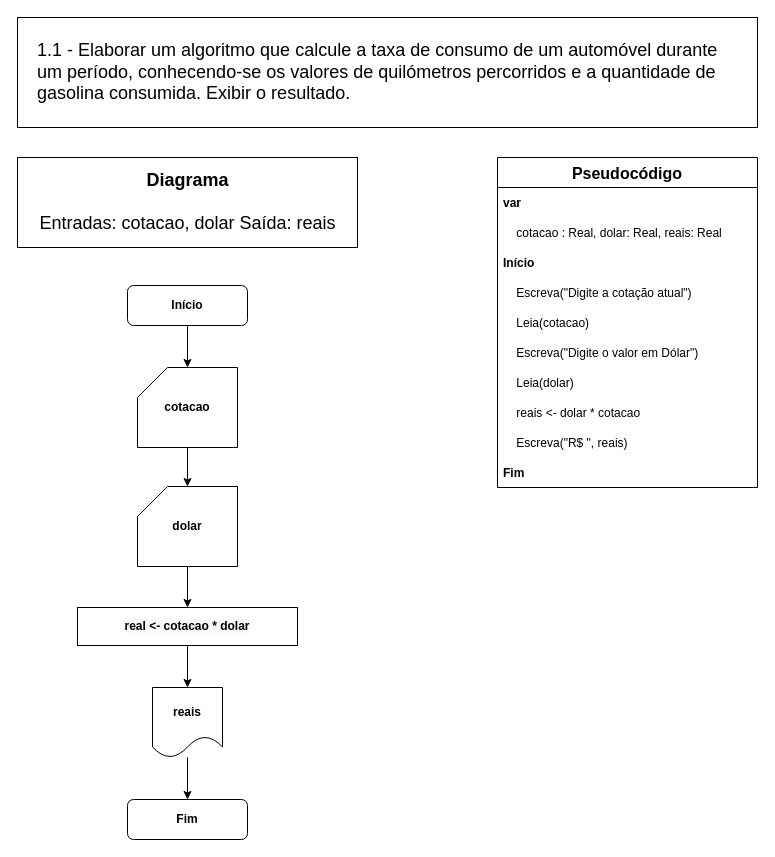
iSamekh/draw.io keeps this draw.io diagram as page "Ex. 1.1" (1 of 9) of exercicios.drawio. Above is the earlier version. Source tidied: cells renumbered, new cells numbered last; positions are measured from the earlier drawing's top-left corner, leaving out a move shared by most shapes. Both pictures are drawn from the tidied source at 100%, with x=0, y=0 at pixel (17, 17).
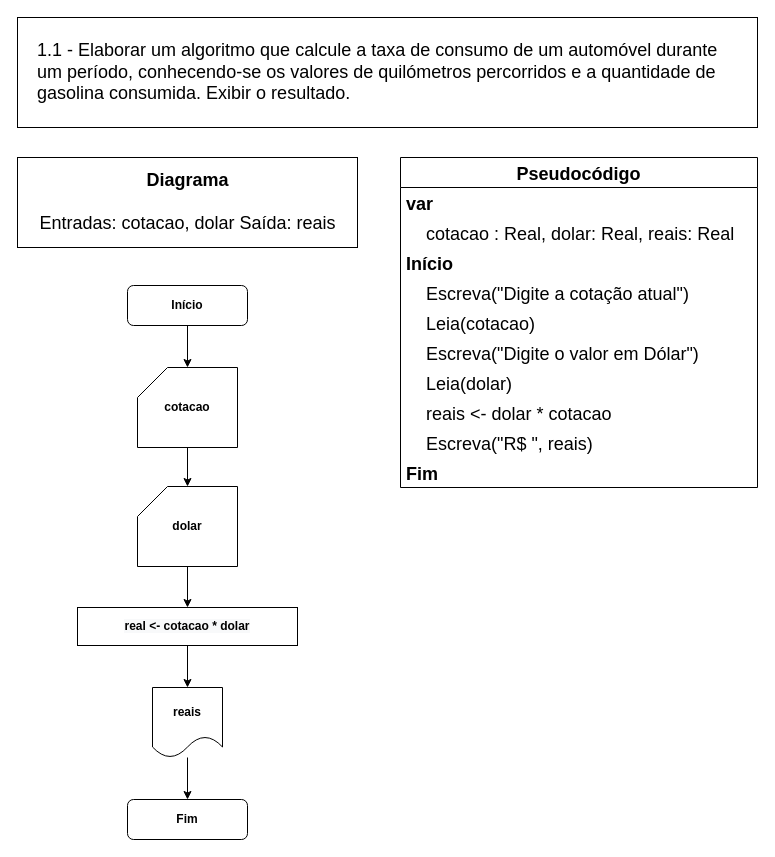
The same page after the edit.

Diff of the diagram source:
```diff
@@
-    <mxCell id="14" value="Pseudocódigo" style="swimlane;fontStyle=1;horizontal=1;startSize=30;rounded=0;shadow=0;labelBackgroundColor=#FFFFFF;labelBorderColor=none;sketch=0;fillStyle=auto;strokeColor=default;strokeWidth=1;fillColor=default;swimlaneLine=1;glass=0;arcSize=20;fontSize=16;" parent="1" vertex="1">
-      <mxGeometry x="480" y="140" width="260" height="330" as="geometry" />
+    <mxCell id="14" value="Pseudocódigo" style="swimlane;fontStyle=1;horizontal=1;startSize=30;rounded=0;shadow=0;labelBackgroundColor=#FFFFFF;labelBorderColor=none;sketch=0;fillStyle=auto;strokeColor=default;strokeWidth=1;fillColor=default;swimlaneLine=1;glass=0;arcSize=20;fontSize=18;" parent="1" vertex="1">
+      <mxGeometry x="383" y="140" width="357" height="330" as="geometry" />
     </mxCell>
-    <mxCell id="15" value="var" style="text;strokeColor=none;fillColor=none;align=left;verticalAlign=middle;spacingLeft=4;spacingRight=4;overflow=hidden;rounded=1;shadow=0;labelBackgroundColor=none;labelBorderColor=none;sketch=0;fillStyle=auto;strokeWidth=5;glass=0;fontStyle=1;" parent="14" vertex="1">
-      <mxGeometry y="30" width="260" height="30" as="geometry" />
+    <mxCell id="15" value="var" style="text;strokeColor=none;fillColor=none;align=left;verticalAlign=middle;spacingLeft=4;spacingRight=4;overflow=hidden;rounded=1;shadow=0;labelBackgroundColor=none;labelBorderColor=none;sketch=0;fillStyle=auto;strokeWidth=5;glass=0;fontStyle=1;fontSize=18;" parent="14" vertex="1">
+      <mxGeometry y="30" width="357" height="30" as="geometry" />
     </mxCell>
-    <mxCell id="16" value="    cotacao : Real, dolar: Real, reais: Real" style="text;strokeColor=none;fillColor=none;align=left;verticalAlign=middle;spacingLeft=4;spacingRight=4;overflow=hidden;rounded=1;shadow=0;labelBackgroundColor=none;labelBorderColor=none;sketch=1;fillStyle=auto;strokeWidth=5;" parent="14" vertex="1">
-      <mxGeometry y="60" width="260" height="30" as="geometry" />
+    <mxCell id="16" value="    cotacao : Real, dolar: Real, reais: Real" style="text;strokeColor=none;fillColor=none;align=left;verticalAlign=middle;spacingLeft=4;spacingRight=4;overflow=hidden;rounded=1;shadow=0;labelBackgroundColor=none;labelBorderColor=none;sketch=1;fillStyle=auto;strokeWidth=5;fontSize=18;" parent="14" vertex="1">
+      <mxGeometry y="60" width="357" height="30" as="geometry" />
     </mxCell>
-    <mxCell id="17" value="Início" style="text;strokeColor=none;fillColor=none;align=left;verticalAlign=middle;spacingLeft=4;spacingRight=4;overflow=hidden;rounded=1;shadow=0;labelBackgroundColor=none;labelBorderColor=none;sketch=1;fillStyle=auto;strokeWidth=5;fontStyle=1;" parent="14" vertex="1">
-      <mxGeometry y="90" width="260" height="30" as="geometry" />
+    <mxCell id="17" value="Início" style="text;strokeColor=none;fillColor=none;align=left;verticalAlign=middle;spacingLeft=4;spacingRight=4;overflow=hidden;rounded=1;shadow=0;labelBackgroundColor=none;labelBorderColor=none;sketch=1;fillStyle=auto;strokeWidth=5;fontStyle=1;fontSize=18;" parent="14" vertex="1">
+      <mxGeometry y="90" width="357" height="30" as="geometry" />
     </mxCell>
-    <mxCell id="18" value="     Escreva(&quot;Digite a cotação atual&quot;)" style="text;strokeColor=none;fillColor=none;align=left;verticalAlign=middle;spacingLeft=4;spacingRight=4;overflow=hidden;rounded=1;shadow=0;labelBackgroundColor=none;labelBorderColor=none;sketch=1;fillStyle=auto;strokeWidth=5;fontStyle=0;" parent="14" vertex="1">
-      <mxGeometry y="120" width="260" height="30" as="geometry" />
+    <mxCell id="18" value="     Escreva(&quot;Digite a cotação atual&quot;)" style="text;strokeColor=none;fillColor=none;align=left;verticalAlign=middle;spacingLeft=4;spacingRight=4;overflow=hidden;rounded=1;shadow=0;labelBackgroundColor=none;labelBorderColor=none;sketch=1;fillStyle=auto;strokeWidth=5;fontStyle=0;fontSize=18;" parent="14" vertex="1">
+      <mxGeometry y="120" width="357" height="30" as="geometry" />
     </mxCell>
-    <mxCell id="19" value="     Leia(cotacao)" style="text;strokeColor=none;fillColor=none;align=left;verticalAlign=middle;spacingLeft=4;spacingRight=4;overflow=hidden;rounded=1;shadow=0;labelBackgroundColor=none;labelBorderColor=none;sketch=1;fillStyle=auto;strokeWidth=5;fontStyle=0;" parent="14" vertex="1">
-      <mxGeometry y="150" width="260" height="30" as="geometry" />
+    <mxCell id="19" value="     Leia(cotacao)" style="text;strokeColor=none;fillColor=none;align=left;verticalAlign=middle;spacingLeft=4;spacingRight=4;overflow=hidden;rounded=1;shadow=0;labelBackgroundColor=none;labelBorderColor=none;sketch=1;fillStyle=auto;strokeWidth=5;fontStyle=0;fontSize=18;" parent="14" vertex="1">
+      <mxGeometry y="150" width="357" height="30" as="geometry" />
     </mxCell>
-    <mxCell id="20" value="     Escreva(&quot;Digite o valor em Dólar&quot;)" style="text;strokeColor=none;fillColor=none;align=left;verticalAlign=middle;spacingLeft=4;spacingRight=4;overflow=hidden;rounded=1;shadow=0;labelBackgroundColor=none;labelBorderColor=none;sketch=1;fillStyle=auto;strokeWidth=5;fontStyle=0;" parent="14" vertex="1">
-      <mxGeometry y="180" width="260" height="30" as="geometry" />
+    <mxCell id="20" value="     Escreva(&quot;Digite o valor em Dólar&quot;)" style="text;strokeColor=none;fillColor=none;align=left;verticalAlign=middle;spacingLeft=4;spacingRight=4;overflow=hidden;rounded=1;shadow=0;labelBackgroundColor=none;labelBorderColor=none;sketch=1;fillStyle=auto;strokeWidth=5;fontStyle=0;fontSize=18;" parent="14" vertex="1">
+      <mxGeometry y="180" width="357" height="30" as="geometry" />
     </mxCell>
-    <mxCell id="21" value="     Leia(dolar)" style="text;strokeColor=none;fillColor=none;align=left;verticalAlign=middle;spacingLeft=4;spacingRight=4;overflow=hidden;rounded=1;shadow=0;labelBackgroundColor=none;labelBorderColor=none;sketch=1;fillStyle=auto;strokeWidth=5;fontStyle=0;" parent="14" vertex="1">
-      <mxGeometry y="210" width="260" height="30" as="geometry" />
+    <mxCell id="21" value="     Leia(dolar)" style="text;strokeColor=none;fillColor=none;align=left;verticalAlign=middle;spacingLeft=4;spacingRight=4;overflow=hidden;rounded=1;shadow=0;labelBackgroundColor=none;labelBorderColor=none;sketch=1;fillStyle=auto;strokeWidth=5;fontStyle=0;fontSize=18;" parent="14" vertex="1">
+      <mxGeometry y="210" width="357" height="30" as="geometry" />
     </mxCell>
-    <mxCell id="22" value="     reais &lt;- dolar * cotacao" style="text;strokeColor=none;fillColor=none;align=left;verticalAlign=middle;spacingLeft=4;spacingRight=4;overflow=hidden;rounded=1;shadow=0;labelBackgroundColor=none;labelBorderColor=none;sketch=1;fillStyle=auto;strokeWidth=5;fontStyle=0;" parent="14" vertex="1">
-      <mxGeometry y="240" width="260" height="30" as="geometry" />
+    <mxCell id="22" value="     reais &lt;- dolar * cotacao" style="text;strokeColor=none;fillColor=none;align=left;verticalAlign=middle;spacingLeft=4;spacingRight=4;overflow=hidden;rounded=1;shadow=0;labelBackgroundColor=none;labelBorderColor=none;sketch=1;fillStyle=auto;strokeWidth=5;fontStyle=0;fontSize=18;" parent="14" vertex="1">
+      <mxGeometry y="240" width="357" height="30" as="geometry" />
     </mxCell>
-    <mxCell id="23" value="     Escreva(&quot;R$ &quot;, reais)" style="text;strokeColor=none;fillColor=none;align=left;verticalAlign=middle;spacingLeft=4;spacingRight=4;overflow=hidden;rounded=1;shadow=0;labelBackgroundColor=none;labelBorderColor=none;sketch=1;fillStyle=auto;strokeWidth=5;fontStyle=0;" parent="14" vertex="1">
-      <mxGeometry y="270" width="260" height="30" as="geometry" />
+    <mxCell id="23" value="     Escreva(&quot;R$ &quot;, reais)" style="text;strokeColor=none;fillColor=none;align=left;verticalAlign=middle;spacingLeft=4;spacingRight=4;overflow=hidden;rounded=1;shadow=0;labelBackgroundColor=none;labelBorderColor=none;sketch=1;fillStyle=auto;strokeWidth=5;fontStyle=0;fontSize=18;" parent="14" vertex="1">
+      <mxGeometry y="270" width="357" height="30" as="geometry" />
     </mxCell>
-    <mxCell id="24" value="Fim" style="text;strokeColor=none;fillColor=none;align=left;verticalAlign=middle;spacingLeft=4;spacingRight=4;overflow=hidden;rounded=1;shadow=0;labelBackgroundColor=none;labelBorderColor=none;sketch=1;fillStyle=auto;strokeWidth=5;fontStyle=1;" parent="14" vertex="1">
-      <mxGeometry y="300" width="260" height="30" as="geometry" />
+    <mxCell id="24" value="Fim" style="text;strokeColor=none;fillColor=none;align=left;verticalAlign=middle;spacingLeft=4;spacingRight=4;overflow=hidden;rounded=1;shadow=0;labelBackgroundColor=none;labelBorderColor=none;sketch=1;fillStyle=auto;strokeWidth=5;fontStyle=1;fontSize=18;" parent="14" vertex="1">
+      <mxGeometry y="300" width="357" height="30" as="geometry" />
     </mxCell>
```
